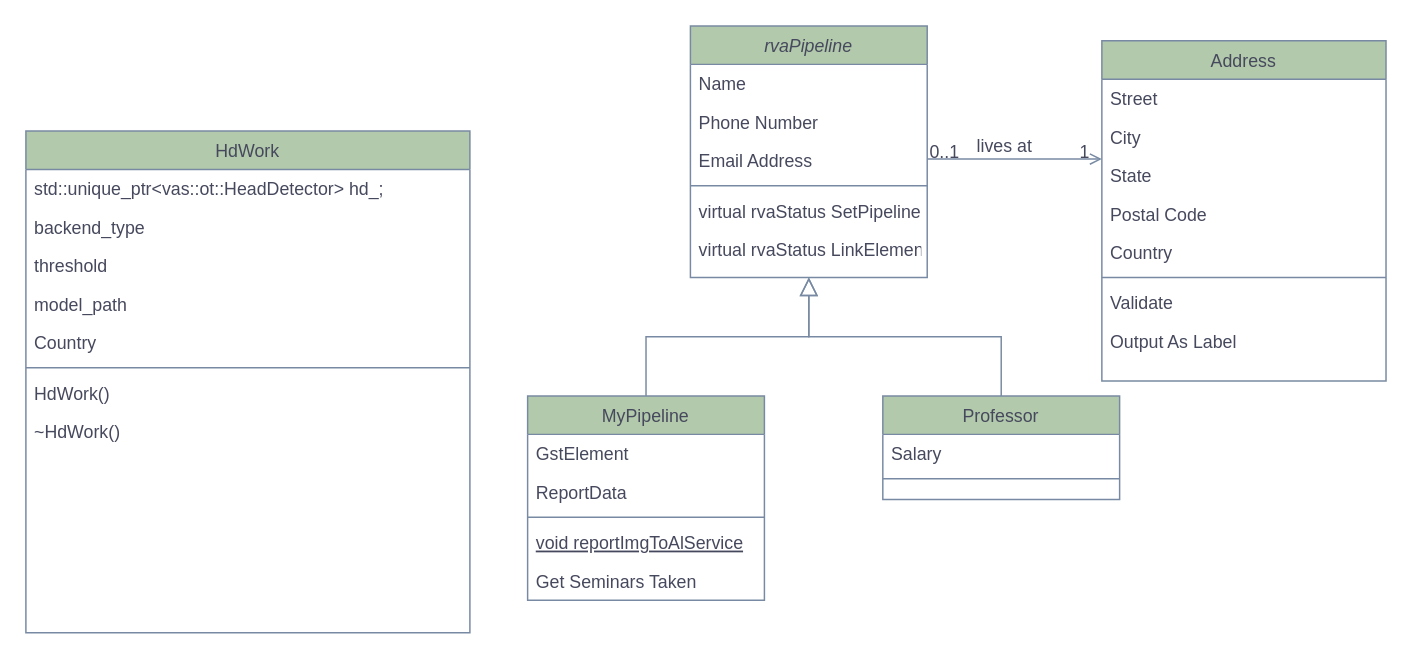
WOM89757/diagrams keeps this draw.io diagram as owt5.0-vas-plugin.drawio. Above is the earlier version. Source tidied: cells renumbered, new cells numbered last; positions are measured from the earlier drawing's top-left corner, leaving out a move shared by most shapes. Both pictures are drawn from the tidied source at 148%, with x=0, y=0 at pixel (25, 25).
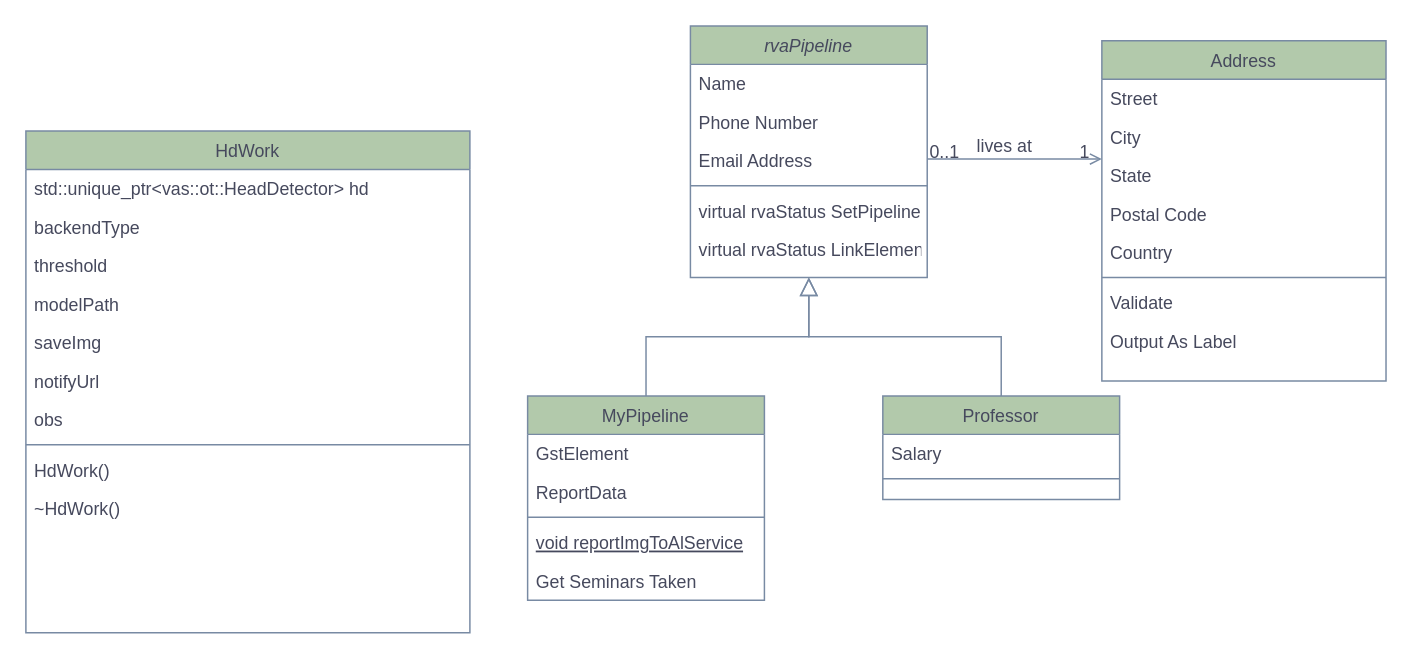
The same page after the edit.

The change refers to these unchanged cells:
```xml
<mxCell id="33" value="HdWork" style="swimlane;fontStyle=0;align=center;verticalAlign=top;horizontal=1;startSize=26;rounded=0;shadow=0;strokeWidth=1;fillColor=#B2C9AB;strokeColor=#788AA3;fontColor=#46495D;" parent="1" vertex="1">
  <mxGeometry y="71" width="300" height="339" as="geometry" />
</mxCell>
```

The edit, as a diff of the source:
```diff
@@
-    <mxCell id="34" value="std::unique_ptr&lt;vas::ot::HeadDetector&gt; hd_;" style="text;align=left;verticalAlign=top;spacingLeft=4;spacingRight=4;overflow=hidden;fontColor=#46495D;" parent="33" vertex="1">
+    <mxCell id="34" value="std::unique_ptr&lt;vas::ot::HeadDetector&gt; hd" style="text;align=left;verticalAlign=top;spacingLeft=4;spacingRight=4;overflow=hidden;fontColor=#46495D;" parent="33" vertex="1">
       <mxGeometry y="26" width="300" height="26" as="geometry" />
     </mxCell>
-    <mxCell id="35" value="backend_type" style="text;align=left;verticalAlign=top;spacingLeft=4;spacingRight=4;overflow=hidden;rounded=0;shadow=0;html=0;fontColor=#46495D;" parent="33" vertex="1">
+    <mxCell id="35" value="backendType" style="text;align=left;verticalAlign=top;spacingLeft=4;spacingRight=4;overflow=hidden;rounded=0;shadow=0;html=0;fontColor=#46495D;" parent="33" vertex="1">
       <mxGeometry y="52" width="300" height="26" as="geometry" />
     </mxCell>
@@
-    <mxCell id="37" value="model_path" style="text;align=left;verticalAlign=top;spacingLeft=4;spacingRight=4;overflow=hidden;rounded=0;shadow=0;html=0;fontColor=#46495D;" parent="33" vertex="1">
+    <mxCell id="37" value="modelPath" style="text;align=left;verticalAlign=top;spacingLeft=4;spacingRight=4;overflow=hidden;rounded=0;shadow=0;html=0;fontColor=#46495D;" parent="33" vertex="1">
       <mxGeometry y="104" width="300" height="26" as="geometry" />
     </mxCell>
-    <mxCell id="38" value="Country" style="text;align=left;verticalAlign=top;spacingLeft=4;spacingRight=4;overflow=hidden;rounded=0;shadow=0;html=0;fontColor=#46495D;" parent="33" vertex="1">
+    <mxCell id="38" value="saveImg" style="text;align=left;verticalAlign=top;spacingLeft=4;spacingRight=4;overflow=hidden;rounded=0;shadow=0;html=0;fontColor=#46495D;" parent="33" vertex="1">
       <mxGeometry y="130" width="300" height="26" as="geometry" />
     </mxCell>
+    <mxCell id="42" value="notifyUrl" style="text;align=left;verticalAlign=top;spacingLeft=4;spacingRight=4;overflow=hidden;rounded=0;shadow=0;html=0;fontColor=#46495D;" parent="33" vertex="1">
+      <mxGeometry y="156" width="300" height="26" as="geometry" />
+    </mxCell>
+    <mxCell id="43" value="obs" style="text;align=left;verticalAlign=top;spacingLeft=4;spacingRight=4;overflow=hidden;rounded=0;shadow=0;html=0;fontColor=#46495D;" parent="33" vertex="1">
+      <mxGeometry y="182" width="300" height="26" as="geometry" />
+    </mxCell>
     <mxCell id="39" style="line;html=1;strokeWidth=1;align=left;verticalAlign=middle;spacingTop=-1;spacingLeft=3;spacingRight=3;labelPosition=right;fillColor=#B2C9AB;strokeColor=#788AA3;fontColor=#46495D;" parent="33" vertex="1">
-      <mxGeometry y="156" width="300" height="8" as="geometry" />
+      <mxGeometry y="208" width="300" height="8" as="geometry" />
     </mxCell>
     <mxCell id="40" value="HdWork()" style="text;align=left;verticalAlign=top;spacingLeft=4;spacingRight=4;overflow=hidden;fontColor=#46495D;" parent="33" vertex="1">
-      <mxGeometry y="164" width="300" height="26" as="geometry" />
+      <mxGeometry y="216" width="300" height="26" as="geometry" />
     </mxCell>
     <mxCell id="41" value="~HdWork()" style="text;align=left;verticalAlign=top;spacingLeft=4;spacingRight=4;overflow=hidden;fontColor=#46495D;" parent="33" vertex="1">
-      <mxGeometry y="190" width="300" height="26" as="geometry" />
+      <mxGeometry y="242" width="300" height="26" as="geometry" />
     </mxCell>
```
